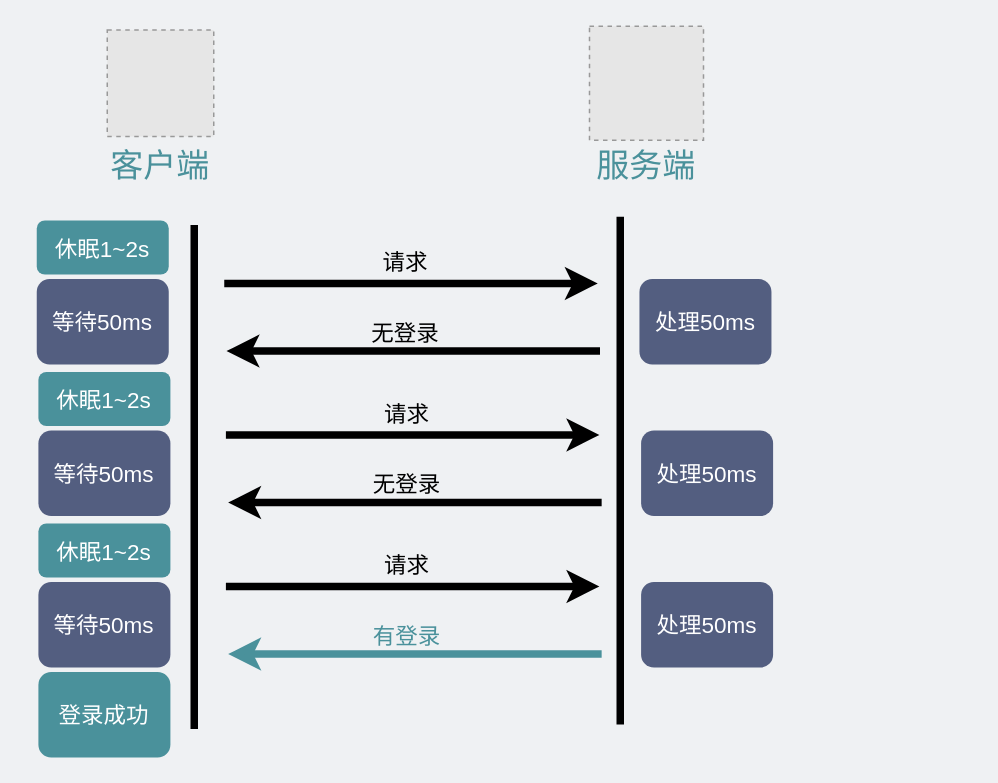
Above: network/使用HTTP定时轮询.drawio in xiaobaiTech/image (draw.io), before the change. Source tidied: cells renumbered, new cells numbered last; positions are measured from the earlier drawing's top-left corner, leaving out a move shared by most shapes. Both pictures are drawn from the tidied source at 150%, with x=0, y=0 at pixel (26, 26). Pictures stored in the file or linked from it are replaced by grey dashed boxes.
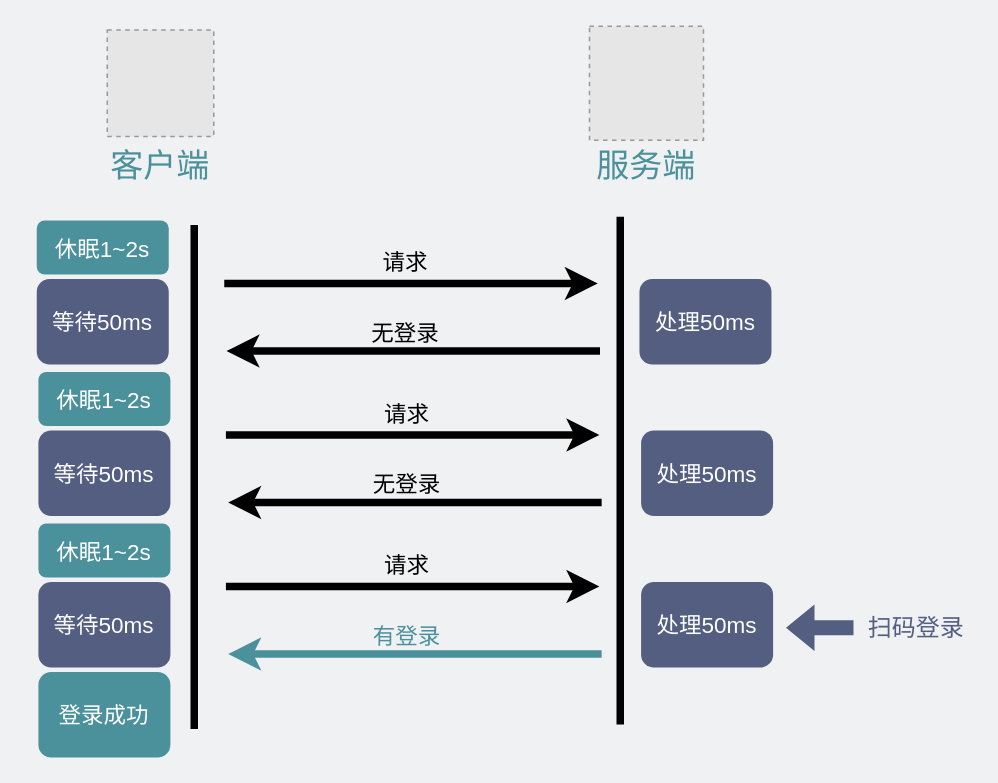
After the change.

Commit message (it also covers changes not shown here):
更新使用HTTP定时轮询.drawio

Change to the diagram source:
```diff
@@
+    <mxCell id="30" style="shape=flexArrow;endArrow=classic;html=1;rounded=0;fontSize=16;fontColor=#535E80;strokeColor=none;fillColor=#535E80;" parent="1" edge="1">
+      <mxGeometry relative="1" as="geometry">
+        <mxPoint x="552" y="401" as="sourcePoint" />
+        <mxPoint x="506" y="401" as="targetPoint" />
+      </mxGeometry>
+    </mxCell>
+    <mxCell id="31" value="扫码登录" style="text;html=1;strokeColor=none;fillColor=none;align=center;verticalAlign=middle;whiteSpace=wrap;rounded=0;fontSize=16;fontColor=#535E80;" parent="1" vertex="1">
+      <mxGeometry x="556" y="386" width="75" height="30" as="geometry" />
+    </mxCell>
```
